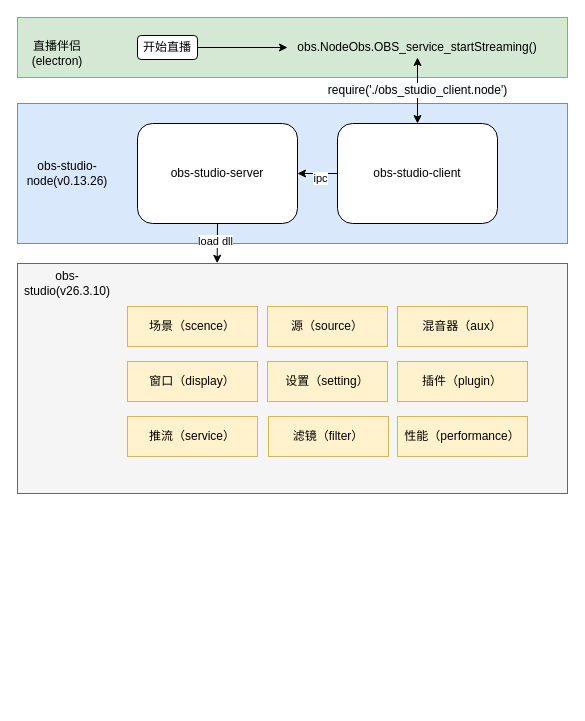
This is 工程关系.drawio from git-zhanglei/flowCharts, a draw.io file, before an edit. Source tidied: cells renumbered, new cells numbered last; positions are measured from the earlier drawing's top-left corner, leaving out a move shared by most shapes. Both pictures are drawn from the tidied source at 100%, with x=0, y=0 at pixel (17, 17).
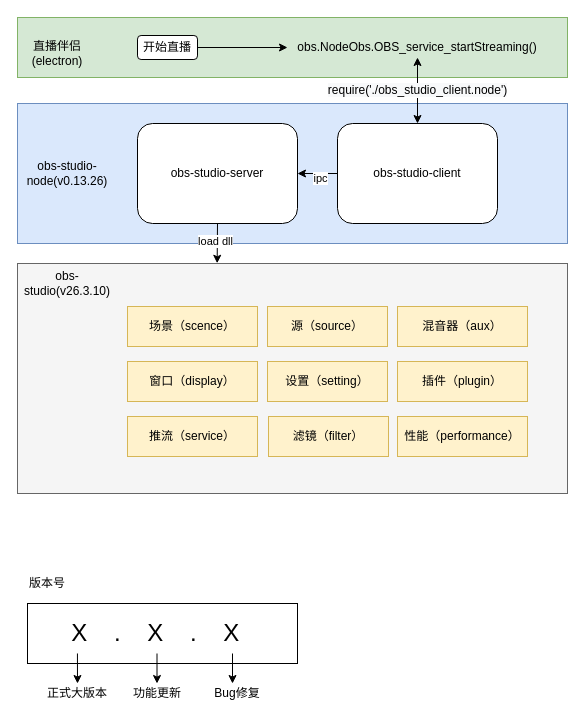
Above is the later version.

Commit message (it also covers changes not shown here):
更新工程关系.drawio

Diff of the diagram source:
```diff
@@
+    <mxCell id="27" style="rounded=0;whiteSpace=wrap;html=1;" parent="1" vertex="1">
+      <mxGeometry x="10" y="586" width="270" height="60" as="geometry" />
+    </mxCell>
+    <mxCell id="28" value="正式大版本" style="text;html=1;strokeColor=none;fillColor=none;align=center;verticalAlign=middle;whiteSpace=wrap;rounded=0;" parent="1" vertex="1">
+      <mxGeometry x="20" y="666" width="80" height="20" as="geometry" />
+    </mxCell>
+    <mxCell id="29" style="endArrow=classic;html=1;exitX=0.185;exitY=0.833;exitDx=0;exitDy=0;exitPerimeter=0;" parent="1" edge="1" source="27" target="28">
+      <mxGeometry relative="1" as="geometry" />
+    </mxCell>
+    <mxCell id="30" value="功能更新" style="text;html=1;strokeColor=none;fillColor=none;align=center;verticalAlign=middle;whiteSpace=wrap;rounded=0;" parent="1" vertex="1">
+      <mxGeometry x="100" y="666" width="80" height="20" as="geometry" />
+    </mxCell>
+    <mxCell id="31" value="Bug修复" style="text;html=1;strokeColor=none;fillColor=none;align=center;verticalAlign=middle;whiteSpace=wrap;rounded=0;" parent="1" vertex="1">
+      <mxGeometry x="180" y="666" width="80" height="20" as="geometry" />
+    </mxCell>
+    <mxCell id="32" style="endArrow=classic;html=1;exitX=0.185;exitY=0.833;exitDx=0;exitDy=0;exitPerimeter=0;" parent="1" edge="1">
+      <mxGeometry relative="1" as="geometry">
+        <mxPoint x="139.5" y="636" as="sourcePoint" />
+        <mxPoint x="139.5" y="666" as="targetPoint" />
+      </mxGeometry>
+    </mxCell>
+    <mxCell id="33" style="endArrow=classic;html=1;exitX=0.185;exitY=0.833;exitDx=0;exitDy=0;exitPerimeter=0;" parent="1" edge="1">
+      <mxGeometry relative="1" as="geometry">
+        <mxPoint x="215" y="636" as="sourcePoint" />
+        <mxPoint x="215" y="666" as="targetPoint" />
+      </mxGeometry>
+    </mxCell>
+    <mxCell id="34" value="&lt;span style=&quot;font-size: 24px&quot;&gt;X&amp;nbsp; &amp;nbsp; .&amp;nbsp; &amp;nbsp; X&amp;nbsp; &amp;nbsp; .&amp;nbsp; &amp;nbsp; X&amp;nbsp;&amp;nbsp;&lt;/span&gt;" style="text;html=1;strokeColor=none;fillColor=none;align=center;verticalAlign=middle;whiteSpace=wrap;rounded=0;" parent="1" vertex="1">
+      <mxGeometry x="45" y="606" width="200" height="20" as="geometry" />
+    </mxCell>
+    <mxCell id="35" value="版本号" style="text;html=1;strokeColor=none;fillColor=none;align=center;verticalAlign=middle;whiteSpace=wrap;rounded=0;" parent="1" vertex="1">
+      <mxGeometry x="10" y="556" width="40" height="20" as="geometry" />
+    </mxCell>
```
